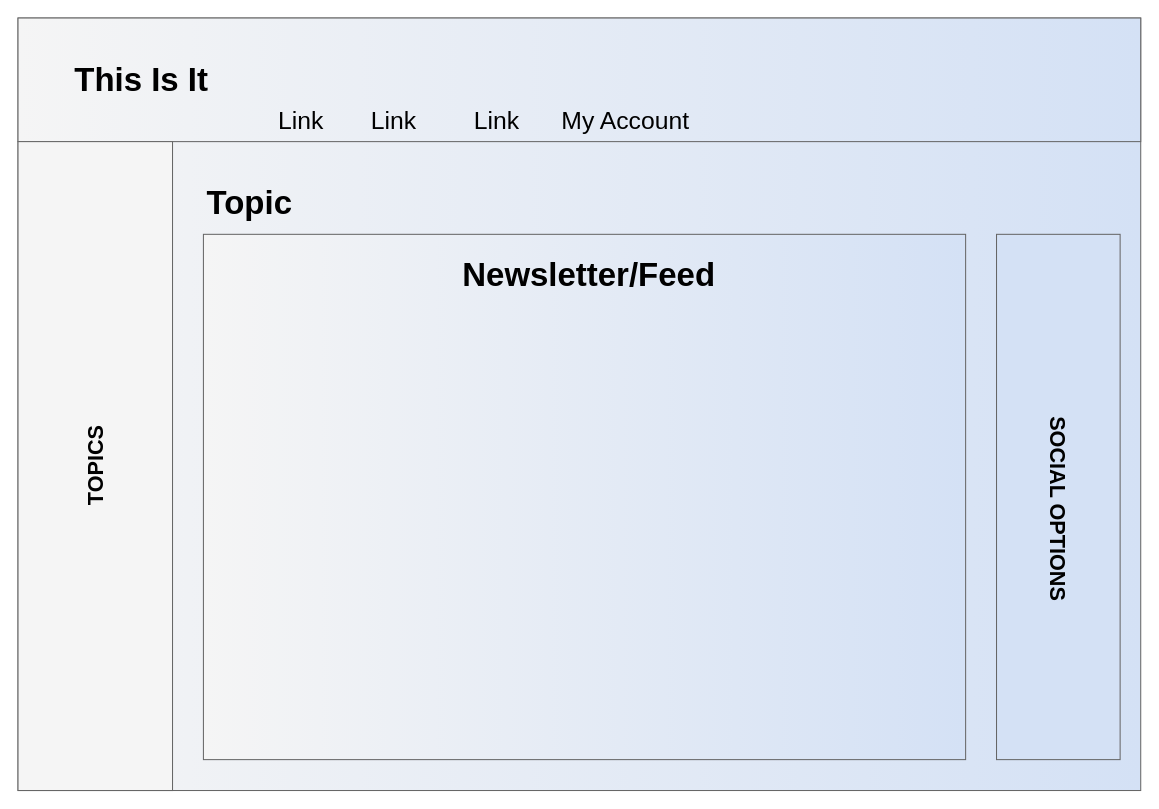
This is page "Main" (1 of 2) of Documents/Storyboard/Storyboard.drawio from EvanWard29/COMP3006-NewsletterService, a draw.io file, before an edit. Source tidied: cells renumbered, new cells numbered last; positions are measured from the earlier drawing's top-left corner, leaving out a move shared by most shapes. Both pictures are drawn from the tidied source at 103%, with x=0, y=0 at pixel (18, 18).
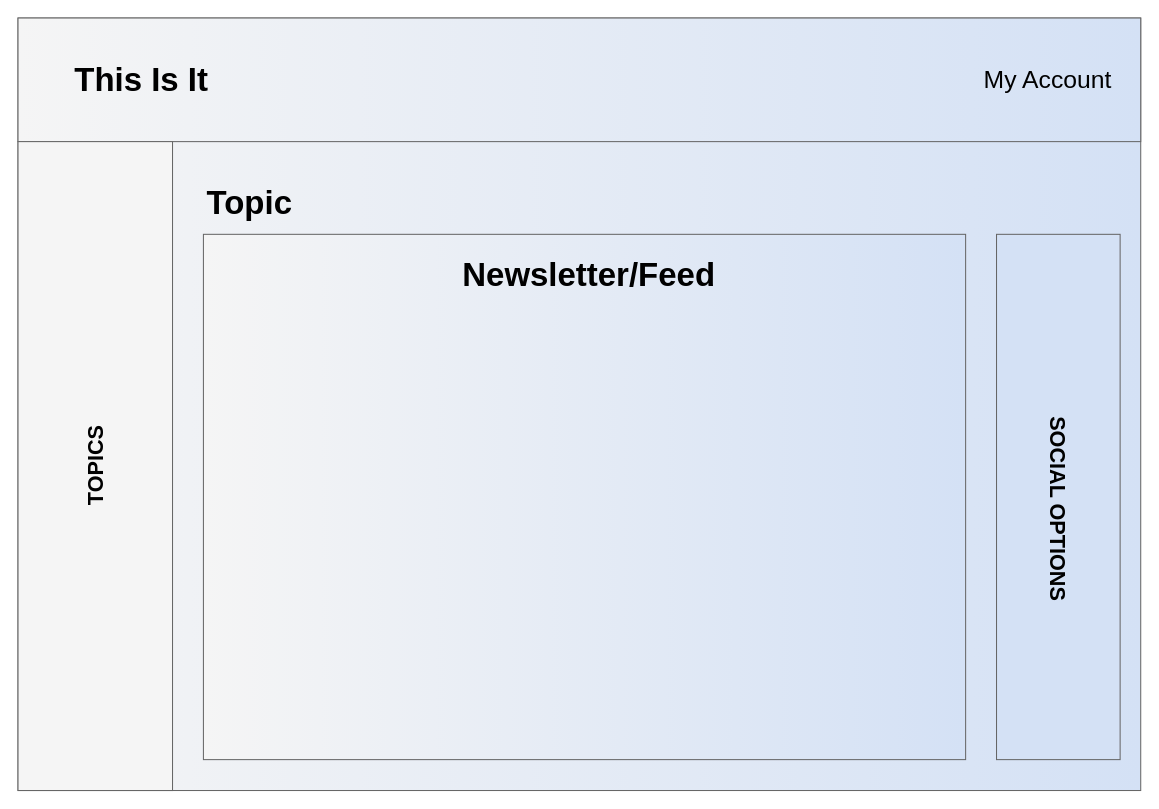
The same diagram, later.

Diff of the diagram source:
```diff
@@
 <mxGraphModel>
   <root>
     <mxCell id="0" />
     <mxCell id="1" parent="0" />
     <mxCell id="2" style="rounded=0;whiteSpace=wrap;html=1;gradientDirection=east;fillColor=#f5f5f5;strokeColor=#666666;fontColor=#333333;gradientColor=#D4E1F5;" parent="1" vertex="1">
       <mxGeometry width="1090" height="750" as="geometry" />
     </mxCell>
     <mxCell id="3" style="rounded=0;whiteSpace=wrap;html=1;fontSize=32;gradientDirection=east;fillColor=#f5f5f5;strokeColor=#666666;fontColor=#333333;gradientColor=#D4E1F5;" parent="1" vertex="1">
       <mxGeometry width="1090" height="120" as="geometry" />
     </mxCell>
     <mxCell id="4" style="rounded=0;whiteSpace=wrap;html=1;fillColor=#f5f5f5;strokeColor=#666666;fontColor=#333333;" parent="1" vertex="1">
       <mxGeometry y="120" width="150" height="630" as="geometry" />
     </mxCell>
     <mxCell id="5" value="TOPICS" style="text;html=1;strokeColor=none;fillColor=none;align=center;verticalAlign=middle;whiteSpace=wrap;rounded=0;rotation=-90;fontSize=21;fontStyle=1;" parent="1" vertex="1">
       <mxGeometry x="22.5" y="418.8" width="105" height="32.5" as="geometry" />
     </mxCell>
     <mxCell id="6" value="This Is It" style="text;html=1;strokeColor=none;fillColor=none;align=center;verticalAlign=middle;rounded=0;fontSize=32;fontStyle=1;glass=0;shadow=0;sketch=0;labelBorderColor=none;labelBackgroundColor=none;whiteSpace=wrap;" parent="1" vertex="1">
       <mxGeometry x="40" y="50" width="160" height="20" as="geometry" />
     </mxCell>
-    <mxCell id="7" value="Link" style="text;html=1;strokeColor=none;fillColor=none;align=center;verticalAlign=middle;whiteSpace=wrap;rounded=0;shadow=0;glass=0;labelBackgroundColor=none;sketch=0;fontSize=24;" parent="1" vertex="1">
-      <mxGeometry x="230" y="80" width="90" height="40" as="geometry" />
-    </mxCell>
-    <mxCell id="8" value="Link" style="text;html=1;strokeColor=none;fillColor=none;align=center;verticalAlign=middle;whiteSpace=wrap;rounded=0;shadow=0;glass=0;labelBackgroundColor=none;sketch=0;fontSize=24;" parent="1" vertex="1">
-      <mxGeometry x="330" y="75" width="70" height="50" as="geometry" />
-    </mxCell>
     <mxCell id="9" value="My Account" style="text;html=1;strokeColor=none;fillColor=none;align=center;verticalAlign=middle;whiteSpace=wrap;rounded=0;shadow=0;glass=0;labelBackgroundColor=none;sketch=0;fontSize=24;" parent="1" vertex="1">
-      <mxGeometry x="500" y="77.5" width="180" height="45" as="geometry" />
+      <mxGeometry x="910" y="37.5" width="180" height="45" as="geometry" />
     </mxCell>
-    <mxCell id="10" value="Link" style="text;html=1;strokeColor=none;fillColor=none;align=center;verticalAlign=middle;whiteSpace=wrap;rounded=0;shadow=0;glass=0;labelBackgroundColor=none;sketch=0;fontSize=24;" parent="1" vertex="1">
-      <mxGeometry x="430" y="75" width="70" height="50" as="geometry" />
-    </mxCell>
     <mxCell id="11" value="Topic" style="text;html=1;strokeColor=none;fillColor=none;align=center;verticalAlign=middle;whiteSpace=wrap;rounded=0;shadow=0;glass=0;labelBackgroundColor=none;sketch=0;fontSize=32;fontStyle=1;" parent="1" vertex="1">
       <mxGeometry x="180" y="160" width="90" height="40" as="geometry" />
     </mxCell>
     <mxCell id="12" style="rounded=0;whiteSpace=wrap;html=1;shadow=0;glass=0;labelBackgroundColor=none;sketch=0;fontSize=32;gradientDirection=east;fillColor=#f5f5f5;strokeColor=#666666;fontColor=#333333;gradientColor=#D4E1F5;" parent="1" vertex="1">
       <mxGeometry x="180" y="210" width="740" height="510" as="geometry" />
     </mxCell>
     <mxCell id="13" style="rounded=0;whiteSpace=wrap;html=1;shadow=0;glass=0;labelBackgroundColor=none;sketch=0;fontSize=32;strokeColor=#666666;fontColor=#333333;gradientDirection=east;fillColor=#D4E1F5;" parent="1" vertex="1">
       <mxGeometry x="950" y="210" width="120" height="510" as="geometry" />
     </mxCell>
     <mxCell id="14" value="Newsletter/Feed" style="text;html=1;strokeColor=none;fillColor=none;align=center;verticalAlign=middle;whiteSpace=wrap;rounded=0;shadow=0;glass=0;labelBackgroundColor=none;sketch=0;fontSize=32;fontStyle=1;" parent="1" vertex="1">
       <mxGeometry x="402" y="230" width="305" height="40" as="geometry" />
     </mxCell>
     <mxCell id="15" value="SOCIAL OPTIONS" style="text;html=1;strokeColor=none;fillColor=none;align=center;verticalAlign=middle;whiteSpace=wrap;rounded=0;rotation=90;fontSize=21;fontStyle=1;direction=west;" parent="1" vertex="1">
       <mxGeometry x="908.8" y="460" width="202.5" height="32.5" as="geometry" />
     </mxCell>
   </root>
 </mxGraphModel>
```
